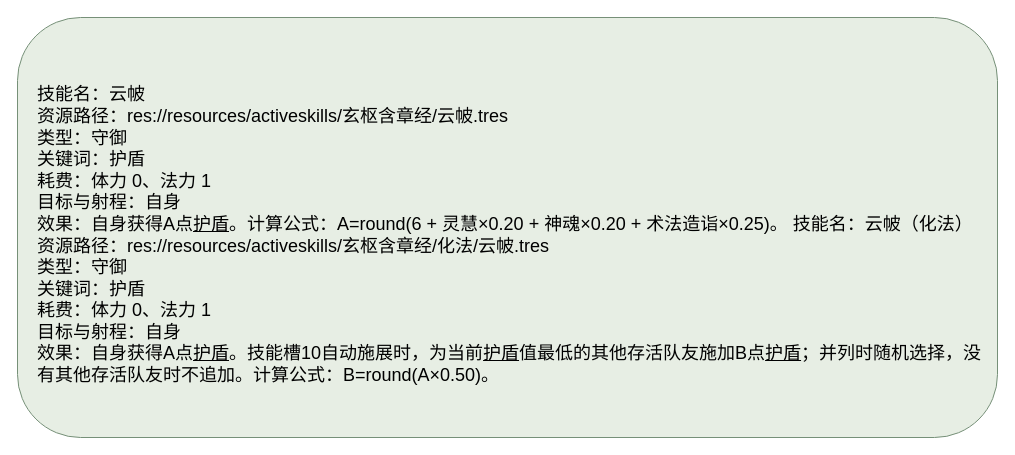
Earlier version of the draw.io diagram docs/卡牌词典/秘籍技能/玄枢含章经/云帔.drawio (ankundanetracyc-spec/tian-guan-you-du). Source tidied: cells renumbered, new cells numbered last; positions are measured from the earlier drawing's top-left corner, leaving out a move shared by most shapes. Both pictures are drawn from the tidied source at 100%, with x=0, y=0 at pixel (17, 17).
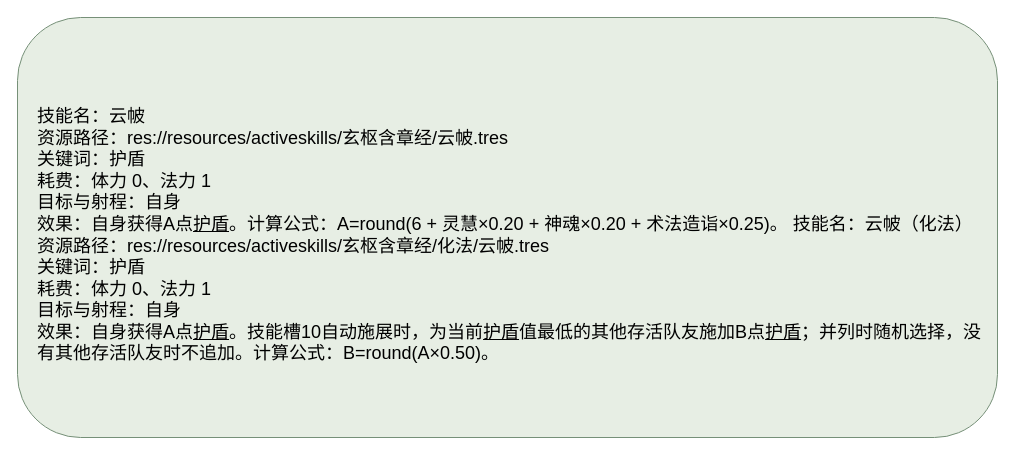
After the change.

Change to the diagram source:
```diff
@@
 <mxGraphModel>
   <root>
     <mxCell id="0" />
     <mxCell id="1" parent="0" />
-    <mxCell id="2" value="技能名：云帔&#10;资源路径：res://resources/activeskills/玄枢含章经/云帔.tres&#10;类型：守御&#10;关键词：护盾&#10;耗费：体力 0、法力 1&#10;目标与射程：自身&#10;效果：自身获得A点&lt;u&gt;护盾&lt;/u&gt;。计算公式：A=round(6 + 灵慧×0.20 + 神魂×0.20 + 术法造诣×0.25)。 技能名：云帔（化法）&#10;资源路径：res://resources/activeskills/玄枢含章经/化法/云帔.tres&#10;类型：守御&#10;关键词：护盾&#10;耗费：体力 0、法力 1&#10;目标与射程：自身&#10;效果：自身获得A点&lt;u&gt;护盾&lt;/u&gt;。技能槽10自动施展时，为当前&lt;u&gt;护盾&lt;/u&gt;值最低的其他存活队友施加B点&lt;u&gt;护盾&lt;/u&gt;；并列时随机选择，没有其他存活队友时不追加。计算公式：B=round(A×0.50)。" style="rounded=1;whiteSpace=wrap;html=1;fillColor=#e7eee4;strokeColor=#769078;fontSize=18;align=left;spacingLeft=18;spacingTop=16;" parent="1" vertex="1">
+    <mxCell id="2" value="技能名：云帔&#10;资源路径：res://resources/activeskills/玄枢含章经/云帔.tres&#10;关键词：护盾&#10;耗费：体力 0、法力 1&#10;目标与射程：自身&#10;效果：自身获得A点&lt;u&gt;护盾&lt;/u&gt;。计算公式：A=round(6 + 灵慧×0.20 + 神魂×0.20 + 术法造诣×0.25)。 技能名：云帔（化法）&#10;资源路径：res://resources/activeskills/玄枢含章经/化法/云帔.tres&#10;关键词：护盾&#10;耗费：体力 0、法力 1&#10;目标与射程：自身&#10;效果：自身获得A点&lt;u&gt;护盾&lt;/u&gt;。技能槽10自动施展时，为当前&lt;u&gt;护盾&lt;/u&gt;值最低的其他存活队友施加B点&lt;u&gt;护盾&lt;/u&gt;；并列时随机选择，没有其他存活队友时不追加。计算公式：B=round(A×0.50)。" style="rounded=1;whiteSpace=wrap;html=1;fillColor=#e7eee4;strokeColor=#769078;fontSize=18;align=left;spacingLeft=18;spacingTop=16;" parent="1" vertex="1">
       <mxGeometry width="980" height="420" as="geometry" />
     </mxCell>
   </root>
 </mxGraphModel>
```
